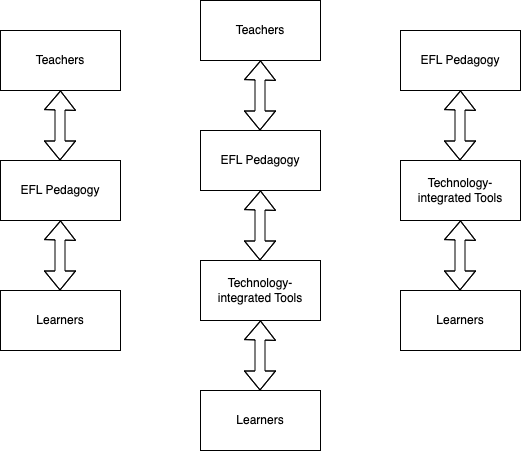
Before: review_framework.png, a diagram exported from draw.io (Gracetyty/Digital_Edu_Text_Mining). Source tidied: cells renumbered, new cells last; positions are measured from the earlier drawing's top-left corner, leaving out a move shared by most shapes.
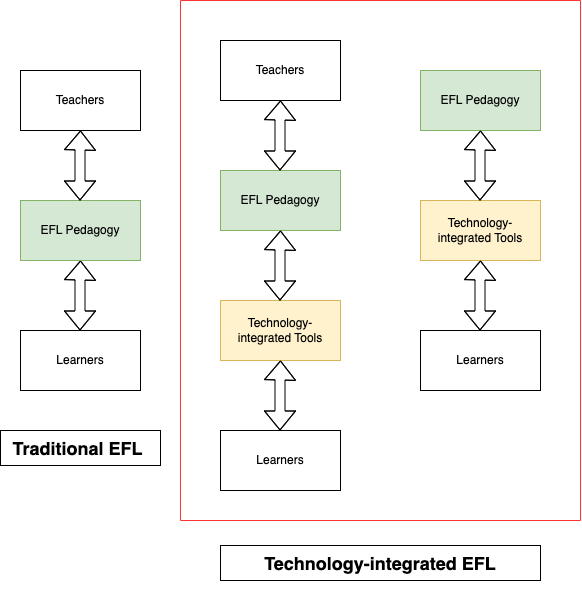
The same file after the commit.

What changed in the source:
```diff
@@ -14,7 +14,7 @@
         </Array>
       </mxGeometry>
     </mxCell>
-    <mxCell id="4" value="EFL Pedagogy" style="rounded=0;whiteSpace=wrap;html=1;" parent="1" vertex="1">
+    <mxCell id="4" value="EFL Pedagogy" style="rounded=0;whiteSpace=wrap;html=1;fillColor=#d5e8d4;strokeColor=#82b366;" parent="1" vertex="1">
       <mxGeometry y="160" width="120" height="60" as="geometry" />
     </mxCell>
     <mxCell id="5" value="Teachers" style="rounded=0;whiteSpace=wrap;html=1;" parent="1" vertex="1">
@@ -32,10 +32,10 @@
     <mxCell id="7" value="Teachers" style="rounded=0;whiteSpace=wrap;html=1;" parent="1" vertex="1">
       <mxGeometry x="200" width="120" height="60" as="geometry" />
     </mxCell>
-    <mxCell id="8" value="EFL Pedagogy" style="rounded=0;whiteSpace=wrap;html=1;" parent="1" vertex="1">
+    <mxCell id="8" value="EFL Pedagogy" style="rounded=0;whiteSpace=wrap;html=1;fillColor=#d5e8d4;strokeColor=#82b366;" parent="1" vertex="1">
       <mxGeometry x="200" y="130" width="120" height="60" as="geometry" />
     </mxCell>
-    <mxCell id="9" value="Technology-integrated Tools" style="rounded=0;whiteSpace=wrap;html=1;" parent="1" vertex="1">
+    <mxCell id="9" value="Technology-integrated Tools" style="rounded=0;whiteSpace=wrap;html=1;fillColor=#fff2cc;strokeColor=#d6b656;" parent="1" vertex="1">
       <mxGeometry x="200" y="260" width="120" height="60" as="geometry" />
     </mxCell>
     <mxCell id="10" value="Learners" style="rounded=0;whiteSpace=wrap;html=1;" parent="1" vertex="1">
@@ -68,10 +68,10 @@
         </Array>
       </mxGeometry>
     </mxCell>
-    <mxCell id="14" value="EFL Pedagogy" style="rounded=0;whiteSpace=wrap;html=1;" parent="1" vertex="1">
+    <mxCell id="14" value="EFL Pedagogy" style="rounded=0;whiteSpace=wrap;html=1;fillColor=#d5e8d4;strokeColor=#82b366;" parent="1" vertex="1">
       <mxGeometry x="400" y="30" width="120" height="60" as="geometry" />
     </mxCell>
-    <mxCell id="15" value="Technology-integrated Tools" style="rounded=0;whiteSpace=wrap;html=1;" parent="1" vertex="1">
+    <mxCell id="15" value="Technology-integrated Tools" style="rounded=0;whiteSpace=wrap;html=1;fillColor=#fff2cc;strokeColor=#d6b656;" parent="1" vertex="1">
       <mxGeometry x="400" y="160" width="120" height="60" as="geometry" />
     </mxCell>
     <mxCell id="16" value="Learners" style="rounded=0;whiteSpace=wrap;html=1;" parent="1" vertex="1">
@@ -95,5 +95,35 @@
         </Array>
       </mxGeometry>
     </mxCell>
+    <mxCell id="19" style="endArrow=none;html=1;rounded=0;strokeColor=#FF3333;" parent="1" edge="1">
+      <mxGeometry relative="1" as="geometry">
+        <mxPoint x="160" y="480" as="sourcePoint" />
+        <mxPoint x="160" y="-40" as="targetPoint" />
+      </mxGeometry>
+    </mxCell>
+    <mxCell id="20" style="endArrow=none;html=1;rounded=0;strokeColor=#FF3333;" parent="1" edge="1">
+      <mxGeometry relative="1" as="geometry">
+        <mxPoint x="160" y="-40" as="sourcePoint" />
+        <mxPoint x="560" y="-40" as="targetPoint" />
+      </mxGeometry>
+    </mxCell>
+    <mxCell id="21" style="endArrow=none;html=1;rounded=0;strokeColor=#FF3333;" parent="1" edge="1">
+      <mxGeometry relative="1" as="geometry">
+        <mxPoint x="560" y="480" as="sourcePoint" />
+        <mxPoint x="560" y="-40" as="targetPoint" />
+      </mxGeometry>
+    </mxCell>
+    <mxCell id="22" style="endArrow=none;html=1;rounded=0;strokeColor=#FF3333;" parent="1" edge="1">
+      <mxGeometry relative="1" as="geometry">
+        <mxPoint x="160" y="480" as="sourcePoint" />
+        <mxPoint x="560" y="480" as="targetPoint" />
+      </mxGeometry>
+    </mxCell>
+    <mxCell id="23" value="&lt;h2&gt;&lt;b&gt;Traditional EFL&amp;nbsp;&lt;/b&gt;&lt;/h2&gt;" style="rounded=0;whiteSpace=wrap;html=1;" parent="1" vertex="1">
+      <mxGeometry x="-20" y="390" width="160" height="35" as="geometry" />
+    </mxCell>
+    <mxCell id="24" value="&lt;h2&gt;Technology-integrated EFL&lt;/h2&gt;" style="rounded=0;whiteSpace=wrap;html=1;" parent="1" vertex="1">
+      <mxGeometry x="200" y="505" width="320" height="35" as="geometry" />
+    </mxCell>
   </root>
 </mxGraphModel>
```
